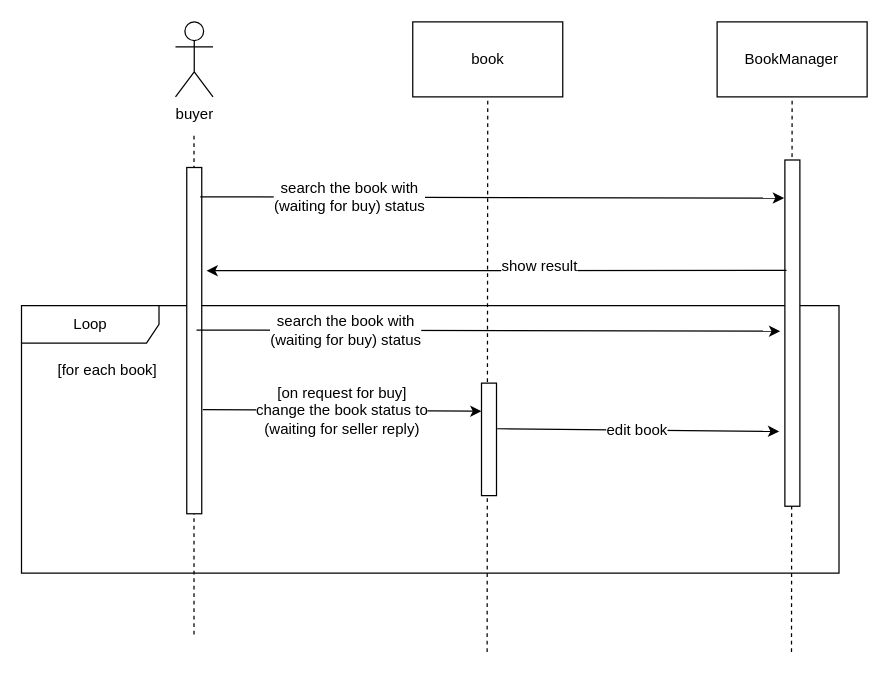
Above: Sequence Diagram/sequence-diagram-request-for-buy-the-book.drawio in m-bassiri/HamyarApp (draw.io), before the change. Source tidied: cells renumbered, new cells numbered last; positions are measured from the earlier drawing's top-left corner, leaving out a move shared by most shapes. Both pictures are drawn from the tidied source at 125%, with x=0, y=0 at pixel (20, 21).
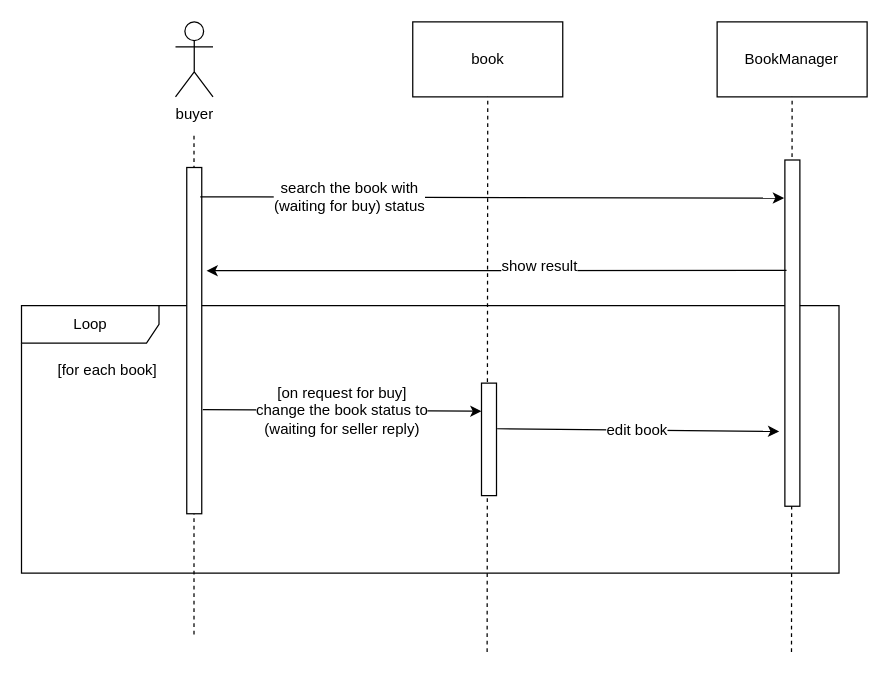
Above is the later version.

Change to the diagram source:
```diff
@@
-    <mxCell id="16" style="endArrow=classic;html=1;exitX=0.909;exitY=1.081;exitDx=0;exitDy=0;exitPerimeter=0;entryX=0.89;entryY=-0.056;entryDx=0;entryDy=0;entryPerimeter=0;" parent="1" edge="1">
-      <mxGeometry relative="1" as="geometry">
-        <mxPoint x="140.7" y="246.5" as="sourcePoint" />
-        <mxPoint x="607.7" y="247.5" as="targetPoint" />
-      </mxGeometry>
-    </mxCell>
-    <mxCell id="17" value="search the book with &lt;br&gt;(waiting for buy)&amp;nbsp;status" style="text;html=1;align=center;verticalAlign=middle;labelBackgroundColor=#ffffff;" parent="16" vertex="1">
-      <mxGeometry x="-0.12" y="5" relative="1" as="geometry">
-        <mxPoint x="-86" y="4.5" as="offset" />
-      </mxGeometry>
-    </mxCell>
```
